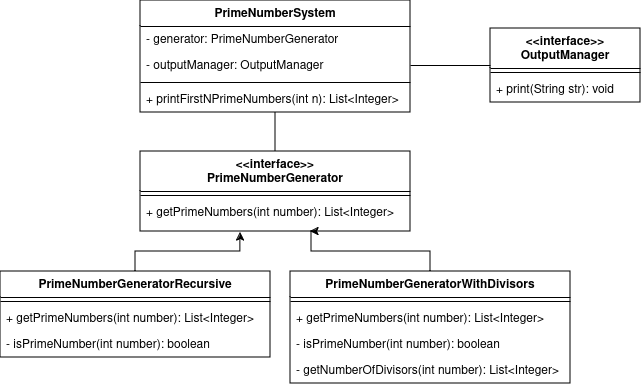
Before: src/main/java/primenumber/diagrams/primenumbers_class_diagram.png, a diagram exported from draw.io (ValenButtignol/oo-design-final). Source tidied: cells renumbered, new cells last; positions are measured from the earlier drawing's top-left corner, leaving out a move shared by most shapes. The source it was exported from:
```xml
<mxGraphModel>
  <root>
    <mxCell id="0" />
    <mxCell id="1" parent="0" />
    <mxCell id="2" style="edgeStyle=orthogonalEdgeStyle;rounded=0;jettySize=auto;html=1;entryX=0.5;entryY=0;entryDx=0;entryDy=0;endArrow=none;endFill=0;" parent="1" edge="1" source="3" target="12">
      <mxGeometry relative="1" as="geometry" />
    </mxCell>
    <mxCell id="3" value="&lt;div&gt;PrimeNumberSystem&lt;/div&gt;" style="swimlane;fontStyle=1;align=center;verticalAlign=top;horizontal=1;startSize=26;whiteSpace=wrap;html=1;" parent="1" vertex="1">
      <mxGeometry x="140" width="270" height="112" as="geometry" />
    </mxCell>
    <mxCell id="4" value="&lt;div&gt;- generator: PrimeNumberGenerator&lt;/div&gt;&lt;div&gt;&lt;br&gt;&lt;/div&gt;" style="text;strokeColor=none;fillColor=none;align=left;verticalAlign=top;spacingLeft=4;spacingRight=4;overflow=hidden;whiteSpace=wrap;html=1;" parent="3" vertex="1">
      <mxGeometry y="26" width="270" height="26" as="geometry" />
    </mxCell>
    <mxCell id="5" value="- outputManager: OutputManager" style="text;strokeColor=none;fillColor=none;align=left;verticalAlign=top;spacingLeft=4;spacingRight=4;overflow=hidden;points=[[0,0.5],[1,0.5]];portConstraint=eastwest;whiteSpace=wrap;html=1;" parent="3" vertex="1">
      <mxGeometry y="52" width="270" height="26" as="geometry" />
    </mxCell>
    <mxCell id="6" style="line;strokeWidth=1;fillColor=none;align=left;verticalAlign=middle;spacingTop=-1;spacingLeft=3;spacingRight=3;labelPosition=right;strokeColor=inherit;" parent="3" vertex="1">
      <mxGeometry y="78" width="270" height="8" as="geometry" />
    </mxCell>
    <mxCell id="7" value="+ printFirstNPrimeNumbers(int n): List&amp;lt;Integer&amp;gt;" style="text;strokeColor=none;fillColor=none;align=left;verticalAlign=top;spacingLeft=4;spacingRight=4;overflow=hidden;whiteSpace=wrap;html=1;" parent="3" vertex="1">
      <mxGeometry y="86" width="270" height="26" as="geometry" />
    </mxCell>
    <mxCell id="8" value="&lt;div&gt;&amp;lt;&amp;lt;interface&amp;gt;&amp;gt;&lt;br&gt;&lt;/div&gt;&lt;div&gt;OutputManager&lt;/div&gt;" style="swimlane;fontStyle=1;align=center;verticalAlign=top;horizontal=1;startSize=40;whiteSpace=wrap;html=1;" parent="1" vertex="1">
      <mxGeometry x="490" y="28" width="150" height="74" as="geometry" />
    </mxCell>
    <mxCell id="9" style="line;strokeWidth=1;fillColor=none;align=left;verticalAlign=middle;spacingTop=-1;spacingLeft=3;spacingRight=3;labelPosition=right;strokeColor=inherit;" parent="8" vertex="1">
      <mxGeometry y="40" width="150" height="8" as="geometry" />
    </mxCell>
    <mxCell id="10" value="+ print(String str): void" style="text;strokeColor=none;fillColor=none;align=left;verticalAlign=top;spacingLeft=4;spacingRight=4;overflow=hidden;whiteSpace=wrap;html=1;" parent="8" vertex="1">
      <mxGeometry y="48" width="150" height="26" as="geometry" />
    </mxCell>
    <mxCell id="11" style="edgeStyle=orthogonalEdgeStyle;rounded=0;jettySize=auto;html=1;entryX=0;entryY=0.5;entryDx=0;entryDy=0;endArrow=none;endFill=0;" parent="1" edge="1" source="5" target="8">
      <mxGeometry relative="1" as="geometry" />
    </mxCell>
    <mxCell id="12" value="&lt;div&gt;&amp;lt;&amp;lt;interface&amp;gt;&amp;gt;&lt;br&gt;&lt;/div&gt;&lt;div&gt;PrimeNumberGenerator&lt;/div&gt;" style="swimlane;fontStyle=1;align=center;verticalAlign=top;horizontal=1;startSize=40;whiteSpace=wrap;html=1;" parent="1" vertex="1">
      <mxGeometry x="140" y="151" width="270" height="80" as="geometry" />
    </mxCell>
    <mxCell id="13" style="line;strokeWidth=1;fillColor=none;align=left;verticalAlign=middle;spacingTop=-1;spacingLeft=3;spacingRight=3;labelPosition=right;strokeColor=inherit;" parent="12" vertex="1">
      <mxGeometry y="40" width="270" height="8" as="geometry" />
    </mxCell>
    <mxCell id="14" value="+ getPrimeNumbers(int number): List&amp;lt;Integer&amp;gt;" style="text;strokeColor=none;fillColor=none;align=left;verticalAlign=top;spacingLeft=4;spacingRight=4;overflow=hidden;points=[[0,0.5],[1,0.5]];portConstraint=eastwest;whiteSpace=wrap;html=1;" parent="12" vertex="1">
      <mxGeometry y="48" width="270" height="32" as="geometry" />
    </mxCell>
    <mxCell id="15" value="PrimeNumberGeneratorRecursive" style="swimlane;fontStyle=1;align=center;verticalAlign=top;horizontal=1;startSize=26;whiteSpace=wrap;html=1;" parent="1" vertex="1">
      <mxGeometry y="271" width="270" height="86" as="geometry" />
    </mxCell>
    <mxCell id="16" style="line;strokeWidth=1;fillColor=none;align=left;verticalAlign=middle;spacingTop=-1;spacingLeft=3;spacingRight=3;labelPosition=right;strokeColor=inherit;" parent="15" vertex="1">
      <mxGeometry y="26" width="270" height="8" as="geometry" />
    </mxCell>
    <mxCell id="17" value="+ getPrimeNumbers(int number): List&amp;lt;Integer&amp;gt;" style="text;strokeColor=none;fillColor=none;align=left;verticalAlign=top;spacingLeft=4;spacingRight=4;overflow=hidden;whiteSpace=wrap;html=1;" parent="15" vertex="1">
      <mxGeometry y="34" width="270" height="26" as="geometry" />
    </mxCell>
    <mxCell id="18" value="- isPrimeNumber(int number): boolean" style="text;strokeColor=none;fillColor=none;align=left;verticalAlign=top;spacingLeft=4;spacingRight=4;overflow=hidden;whiteSpace=wrap;html=1;" parent="15" vertex="1">
      <mxGeometry y="60" width="270" height="26" as="geometry" />
    </mxCell>
    <mxCell id="19" style="edgeStyle=orthogonalEdgeStyle;rounded=0;jettySize=auto;html=1;" parent="1" edge="1" source="20">
      <mxGeometry relative="1" as="geometry">
        <mxPoint x="310" y="231" as="targetPoint" />
        <Array as="points">
          <mxPoint x="430" y="251" />
          <mxPoint x="311" y="251" />
          <mxPoint x="311" y="231" />
        </Array>
      </mxGeometry>
    </mxCell>
    <mxCell id="20" value="PrimeNumberGeneratorWithDivisors" style="swimlane;fontStyle=1;align=center;verticalAlign=top;horizontal=1;startSize=26;whiteSpace=wrap;html=1;" parent="1" vertex="1">
      <mxGeometry x="290" y="271" width="280" height="112" as="geometry" />
    </mxCell>
    <mxCell id="21" style="line;strokeWidth=1;fillColor=none;align=left;verticalAlign=middle;spacingTop=-1;spacingLeft=3;spacingRight=3;labelPosition=right;strokeColor=inherit;" parent="20" vertex="1">
      <mxGeometry y="26" width="280" height="8" as="geometry" />
    </mxCell>
    <mxCell id="22" value="+ getPrimeNumbers(int number): List&amp;lt;Integer&amp;gt;" style="text;strokeColor=none;fillColor=none;align=left;verticalAlign=top;spacingLeft=4;spacingRight=4;overflow=hidden;whiteSpace=wrap;html=1;" parent="20" vertex="1">
      <mxGeometry y="34" width="280" height="26" as="geometry" />
    </mxCell>
    <mxCell id="23" value="- isPrimeNumber(int number): boolean" style="text;strokeColor=none;fillColor=none;align=left;verticalAlign=top;spacingLeft=4;spacingRight=4;overflow=hidden;whiteSpace=wrap;html=1;" parent="20" vertex="1">
      <mxGeometry y="60" width="280" height="26" as="geometry" />
    </mxCell>
    <mxCell id="24" value="- getNumberOfDivisors(int number): List&amp;lt;Integer&amp;gt;" style="text;strokeColor=none;fillColor=none;align=left;verticalAlign=top;spacingLeft=4;spacingRight=4;overflow=hidden;whiteSpace=wrap;html=1;" parent="20" vertex="1">
      <mxGeometry y="86" width="280" height="26" as="geometry" />
    </mxCell>
    <mxCell id="25" style="edgeStyle=orthogonalEdgeStyle;rounded=0;jettySize=auto;html=1;entryX=0.37;entryY=1.027;entryDx=0;entryDy=0;entryPerimeter=0;" parent="1" edge="1" source="15" target="14">
      <mxGeometry relative="1" as="geometry">
        <Array as="points">
          <mxPoint x="135" y="251" />
          <mxPoint x="240" y="251" />
        </Array>
      </mxGeometry>
    </mxCell>
  </root>
</mxGraphModel>
```
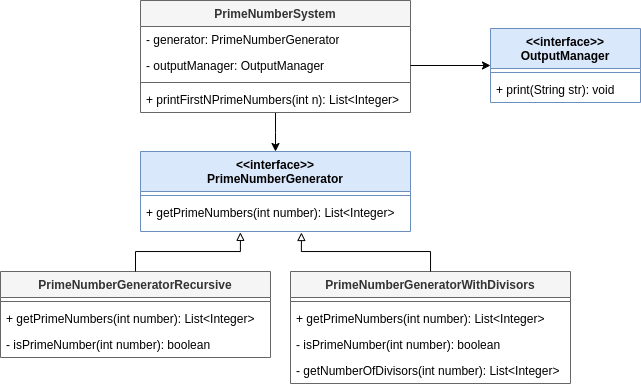
Later version of the same file.

Commit message:
Fix class diagram for caesar cracker and prime numbers with strategy

The edit, as a diff of the source:
```diff
@@ -2,10 +2,10 @@
   <root>
     <mxCell id="0" />
     <mxCell id="1" parent="0" />
-    <mxCell id="2" style="edgeStyle=orthogonalEdgeStyle;rounded=0;jettySize=auto;html=1;entryX=0.5;entryY=0;entryDx=0;entryDy=0;endArrow=none;endFill=0;" parent="1" edge="1" source="3" target="12">
+    <mxCell id="2" style="edgeStyle=orthogonalEdgeStyle;rounded=0;jettySize=auto;html=1;entryX=0.5;entryY=0;entryDx=0;entryDy=0;" parent="1" edge="1" source="3" target="12">
       <mxGeometry relative="1" as="geometry" />
     </mxCell>
-    <mxCell id="3" value="&lt;div&gt;PrimeNumberSystem&lt;/div&gt;" style="swimlane;fontStyle=1;align=center;verticalAlign=top;horizontal=1;startSize=26;whiteSpace=wrap;html=1;" parent="1" vertex="1">
+    <mxCell id="3" value="&lt;div&gt;PrimeNumberSystem&lt;/div&gt;" style="swimlane;fontStyle=1;align=center;verticalAlign=top;horizontal=1;startSize=26;whiteSpace=wrap;html=1;fillColor=#f5f5f5;fontColor=#333333;strokeColor=#666666;" parent="1" vertex="1">
       <mxGeometry x="140" width="270" height="112" as="geometry" />
     </mxCell>
     <mxCell id="4" value="&lt;div&gt;- generator: PrimeNumberGenerator&lt;/div&gt;&lt;div&gt;&lt;br&gt;&lt;/div&gt;" style="text;strokeColor=none;fillColor=none;align=left;verticalAlign=top;spacingLeft=4;spacingRight=4;overflow=hidden;whiteSpace=wrap;html=1;" parent="3" vertex="1">
@@ -20,7 +20,7 @@
     <mxCell id="7" value="+ printFirstNPrimeNumbers(int n): List&amp;lt;Integer&amp;gt;" style="text;strokeColor=none;fillColor=none;align=left;verticalAlign=top;spacingLeft=4;spacingRight=4;overflow=hidden;whiteSpace=wrap;html=1;" parent="3" vertex="1">
       <mxGeometry y="86" width="270" height="26" as="geometry" />
     </mxCell>
-    <mxCell id="8" value="&lt;div&gt;&amp;lt;&amp;lt;interface&amp;gt;&amp;gt;&lt;br&gt;&lt;/div&gt;&lt;div&gt;OutputManager&lt;/div&gt;" style="swimlane;fontStyle=1;align=center;verticalAlign=top;horizontal=1;startSize=40;whiteSpace=wrap;html=1;" parent="1" vertex="1">
+    <mxCell id="8" value="&lt;div&gt;&amp;lt;&amp;lt;interface&amp;gt;&amp;gt;&lt;br&gt;&lt;/div&gt;&lt;div&gt;OutputManager&lt;/div&gt;" style="swimlane;fontStyle=1;align=center;verticalAlign=top;horizontal=1;startSize=40;whiteSpace=wrap;html=1;fillColor=#dae8fc;strokeColor=#6c8ebf;" parent="1" vertex="1">
       <mxGeometry x="490" y="28" width="150" height="74" as="geometry" />
     </mxCell>
     <mxCell id="9" style="line;strokeWidth=1;fillColor=none;align=left;verticalAlign=middle;spacingTop=-1;spacingLeft=3;spacingRight=3;labelPosition=right;strokeColor=inherit;" parent="8" vertex="1">
@@ -29,10 +29,10 @@
     <mxCell id="10" value="+ print(String str): void" style="text;strokeColor=none;fillColor=none;align=left;verticalAlign=top;spacingLeft=4;spacingRight=4;overflow=hidden;whiteSpace=wrap;html=1;" parent="8" vertex="1">
       <mxGeometry y="48" width="150" height="26" as="geometry" />
     </mxCell>
-    <mxCell id="11" style="edgeStyle=orthogonalEdgeStyle;rounded=0;jettySize=auto;html=1;entryX=0;entryY=0.5;entryDx=0;entryDy=0;endArrow=none;endFill=0;" parent="1" edge="1" source="5" target="8">
+    <mxCell id="11" style="edgeStyle=orthogonalEdgeStyle;rounded=0;jettySize=auto;html=1;entryX=0;entryY=0.5;entryDx=0;entryDy=0;endArrow=classic;endFill=1;" parent="1" edge="1" source="5" target="8">
       <mxGeometry relative="1" as="geometry" />
     </mxCell>
-    <mxCell id="12" value="&lt;div&gt;&amp;lt;&amp;lt;interface&amp;gt;&amp;gt;&lt;br&gt;&lt;/div&gt;&lt;div&gt;PrimeNumberGenerator&lt;/div&gt;" style="swimlane;fontStyle=1;align=center;verticalAlign=top;horizontal=1;startSize=40;whiteSpace=wrap;html=1;" parent="1" vertex="1">
+    <mxCell id="12" value="&lt;div&gt;&amp;lt;&amp;lt;interface&amp;gt;&amp;gt;&lt;br&gt;&lt;/div&gt;&lt;div&gt;PrimeNumberGenerator&lt;/div&gt;" style="swimlane;fontStyle=1;align=center;verticalAlign=top;horizontal=1;startSize=40;whiteSpace=wrap;html=1;fillColor=#dae8fc;strokeColor=#6c8ebf;" parent="1" vertex="1">
       <mxGeometry x="140" y="151" width="270" height="80" as="geometry" />
     </mxCell>
     <mxCell id="13" style="line;strokeWidth=1;fillColor=none;align=left;verticalAlign=middle;spacingTop=-1;spacingLeft=3;spacingRight=3;labelPosition=right;strokeColor=inherit;" parent="12" vertex="1">
@@ -41,7 +41,7 @@
     <mxCell id="14" value="+ getPrimeNumbers(int number): List&amp;lt;Integer&amp;gt;" style="text;strokeColor=none;fillColor=none;align=left;verticalAlign=top;spacingLeft=4;spacingRight=4;overflow=hidden;points=[[0,0.5],[1,0.5]];portConstraint=eastwest;whiteSpace=wrap;html=1;" parent="12" vertex="1">
       <mxGeometry y="48" width="270" height="32" as="geometry" />
     </mxCell>
-    <mxCell id="15" value="PrimeNumberGeneratorRecursive" style="swimlane;fontStyle=1;align=center;verticalAlign=top;horizontal=1;startSize=26;whiteSpace=wrap;html=1;" parent="1" vertex="1">
+    <mxCell id="15" value="PrimeNumberGeneratorRecursive" style="swimlane;fontStyle=1;align=center;verticalAlign=top;horizontal=1;startSize=26;whiteSpace=wrap;html=1;fillColor=#f5f5f5;fontColor=#333333;strokeColor=#666666;" parent="1" vertex="1">
       <mxGeometry y="271" width="270" height="86" as="geometry" />
     </mxCell>
     <mxCell id="16" style="line;strokeWidth=1;fillColor=none;align=left;verticalAlign=middle;spacingTop=-1;spacingLeft=3;spacingRight=3;labelPosition=right;strokeColor=inherit;" parent="15" vertex="1">
@@ -53,17 +53,7 @@
     <mxCell id="18" value="- isPrimeNumber(int number): boolean" style="text;strokeColor=none;fillColor=none;align=left;verticalAlign=top;spacingLeft=4;spacingRight=4;overflow=hidden;whiteSpace=wrap;html=1;" parent="15" vertex="1">
       <mxGeometry y="60" width="270" height="26" as="geometry" />
     </mxCell>
-    <mxCell id="19" style="edgeStyle=orthogonalEdgeStyle;rounded=0;jettySize=auto;html=1;" parent="1" edge="1" source="20">
-      <mxGeometry relative="1" as="geometry">
-        <mxPoint x="310" y="231" as="targetPoint" />
-        <Array as="points">
-          <mxPoint x="430" y="251" />
-          <mxPoint x="311" y="251" />
-          <mxPoint x="311" y="231" />
-        </Array>
-      </mxGeometry>
-    </mxCell>
-    <mxCell id="20" value="PrimeNumberGeneratorWithDivisors" style="swimlane;fontStyle=1;align=center;verticalAlign=top;horizontal=1;startSize=26;whiteSpace=wrap;html=1;" parent="1" vertex="1">
+    <mxCell id="20" value="PrimeNumberGeneratorWithDivisors" style="swimlane;fontStyle=1;align=center;verticalAlign=top;horizontal=1;startSize=26;whiteSpace=wrap;html=1;fillColor=#f5f5f5;fontColor=#333333;strokeColor=#666666;" parent="1" vertex="1">
       <mxGeometry x="290" y="271" width="280" height="112" as="geometry" />
     </mxCell>
     <mxCell id="21" style="line;strokeWidth=1;fillColor=none;align=left;verticalAlign=middle;spacingTop=-1;spacingLeft=3;spacingRight=3;labelPosition=right;strokeColor=inherit;" parent="20" vertex="1">
@@ -78,7 +68,7 @@
     <mxCell id="24" value="- getNumberOfDivisors(int number): List&amp;lt;Integer&amp;gt;" style="text;strokeColor=none;fillColor=none;align=left;verticalAlign=top;spacingLeft=4;spacingRight=4;overflow=hidden;whiteSpace=wrap;html=1;" parent="20" vertex="1">
       <mxGeometry y="86" width="280" height="26" as="geometry" />
     </mxCell>
-    <mxCell id="25" style="edgeStyle=orthogonalEdgeStyle;rounded=0;jettySize=auto;html=1;entryX=0.37;entryY=1.027;entryDx=0;entryDy=0;entryPerimeter=0;" parent="1" edge="1" source="15" target="14">
+    <mxCell id="25" style="edgeStyle=orthogonalEdgeStyle;rounded=0;jettySize=auto;html=1;entryX=0.37;entryY=1.027;entryDx=0;entryDy=0;entryPerimeter=0;endArrow=block;endFill=0;" parent="1" edge="1" source="15" target="14">
       <mxGeometry relative="1" as="geometry">
         <Array as="points">
           <mxPoint x="135" y="251" />
@@ -86,5 +76,8 @@
         </Array>
       </mxGeometry>
     </mxCell>
+    <mxCell id="26" style="edgeStyle=orthogonalEdgeStyle;rounded=0;jettySize=auto;html=1;entryX=0.596;entryY=1.031;entryDx=0;entryDy=0;entryPerimeter=0;endArrow=block;endFill=0;" parent="1" edge="1" source="20" target="14">
+      <mxGeometry relative="1" as="geometry" />
+    </mxCell>
   </root>
 </mxGraphModel>
```
